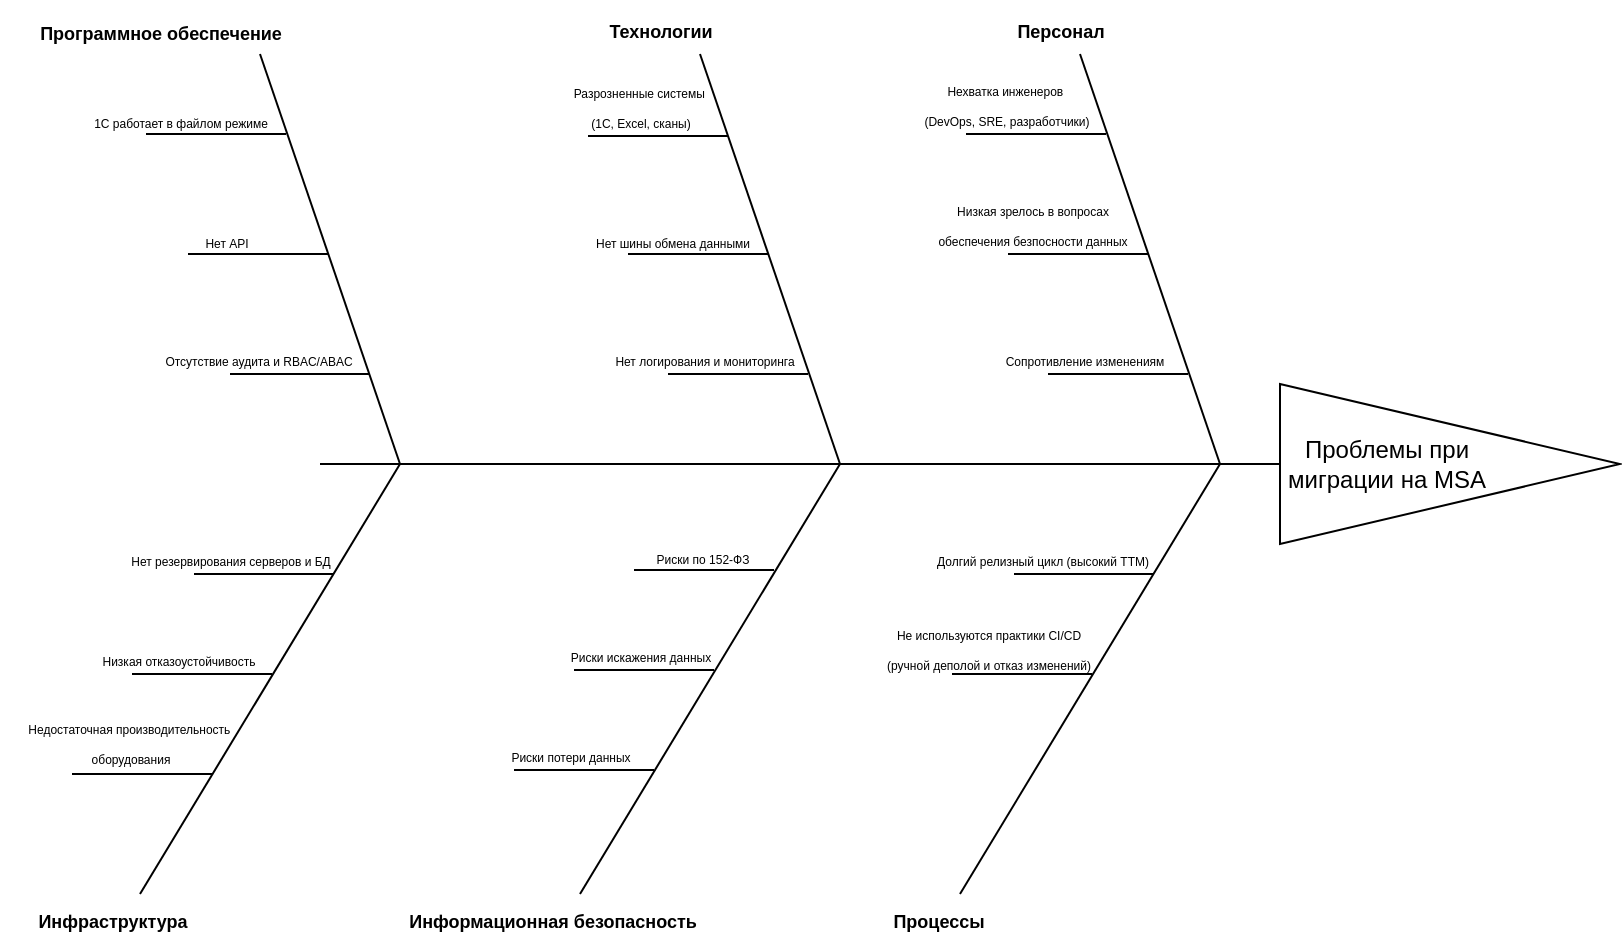
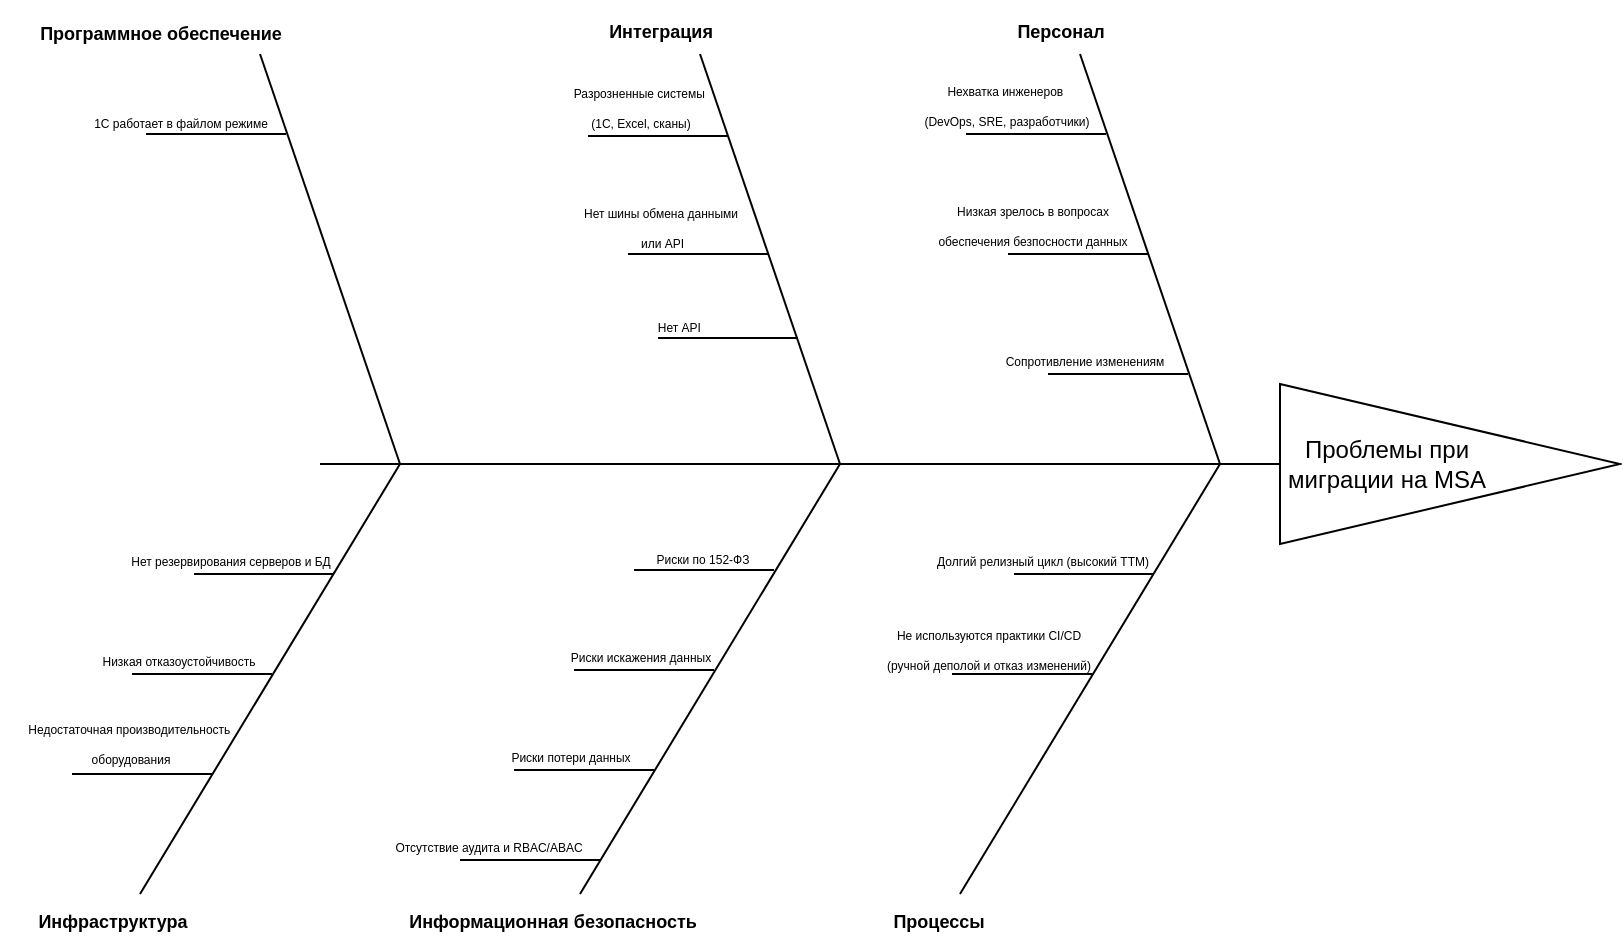
<mxfile host="Electron" agent="Mozilla/5.0 (Windows NT 10.0; Win64; x64) AppleWebKit/537.36 (KHTML, like Gecko) draw.io/27.0.9 Chrome/134.0.6998.205 Electron/35.4.0 Safari/537.36" version="27.0.9">
  <diagram name="Страница — 1" id="NEZ7oIkYxcHD9FgpL888">
-     <mxGraphModel dx="2008" dy="686" grid="1" gridSize="10" guides="1" tooltips="1" connect="1" arrows="1" fold="1" page="1" pageScale="1" pageWidth="827" pageHeight="1169" math="0" shadow="0">
+     <mxGraphModel dx="1275" dy="681" grid="1" gridSize="10" guides="1" tooltips="1" connect="1" arrows="1" fold="1" page="1" pageScale="1" pageWidth="827" pageHeight="1169" math="0" shadow="0">
      <root>
        <mxCell id="0" />
        <mxCell id="1" parent="0" />
        <mxCell id="AeTWyk1U_5D9_NW46Edd-1" value="" style="triangle;whiteSpace=wrap;html=1;" vertex="1" parent="1">
          <mxGeometry x="630" y="545" width="170" height="80" as="geometry" />
        </mxCell>
        <mxCell id="AeTWyk1U_5D9_NW46Edd-2" value="" style="endArrow=none;html=1;rounded=0;entryX=0;entryY=0.5;entryDx=0;entryDy=0;" edge="1" parent="1" target="AeTWyk1U_5D9_NW46Edd-1">
          <mxGeometry width="50" height="50" relative="1" as="geometry">
            <mxPoint x="150" y="585" as="sourcePoint" />
            <mxPoint x="440" y="590" as="targetPoint" />
          </mxGeometry>
        </mxCell>
        <mxCell id="AeTWyk1U_5D9_NW46Edd-4" value="" style="endArrow=none;html=1;rounded=0;" edge="1" parent="1">
          <mxGeometry width="50" height="50" relative="1" as="geometry">
            <mxPoint x="280" y="800" as="sourcePoint" />
            <mxPoint x="410" y="585" as="targetPoint" />
          </mxGeometry>
        </mxCell>
        <mxCell id="AeTWyk1U_5D9_NW46Edd-5" value="" style="endArrow=none;html=1;rounded=0;" edge="1" parent="1">
          <mxGeometry width="50" height="50" relative="1" as="geometry">
            <mxPoint x="600" y="585" as="sourcePoint" />
            <mxPoint x="530" y="380" as="targetPoint" />
          </mxGeometry>
        </mxCell>
        <mxCell id="AeTWyk1U_5D9_NW46Edd-8" value="" style="endArrow=none;html=1;rounded=0;" edge="1" parent="1">
          <mxGeometry width="50" height="50" relative="1" as="geometry">
            <mxPoint x="473" y="420" as="sourcePoint" />
            <mxPoint x="543" y="420" as="targetPoint" />
          </mxGeometry>
        </mxCell>
        <mxCell id="AeTWyk1U_5D9_NW46Edd-9" value="" style="endArrow=none;html=1;rounded=0;" edge="1" parent="1">
          <mxGeometry width="50" height="50" relative="1" as="geometry">
            <mxPoint x="494" y="480" as="sourcePoint" />
            <mxPoint x="564" y="480" as="targetPoint" />
          </mxGeometry>
        </mxCell>
        <mxCell id="AeTWyk1U_5D9_NW46Edd-10" value="" style="endArrow=none;html=1;rounded=0;" edge="1" parent="1">
          <mxGeometry width="50" height="50" relative="1" as="geometry">
            <mxPoint x="514" y="540" as="sourcePoint" />
            <mxPoint x="584" y="540" as="targetPoint" />
          </mxGeometry>
        </mxCell>
        <mxCell id="AeTWyk1U_5D9_NW46Edd-11" value="" style="endArrow=none;html=1;rounded=0;" edge="1" parent="1">
          <mxGeometry width="50" height="50" relative="1" as="geometry">
            <mxPoint x="410" y="585" as="sourcePoint" />
            <mxPoint x="340" y="380" as="targetPoint" />
          </mxGeometry>
        </mxCell>
        <mxCell id="AeTWyk1U_5D9_NW46Edd-12" value="" style="endArrow=none;html=1;rounded=0;" edge="1" parent="1">
          <mxGeometry width="50" height="50" relative="1" as="geometry">
            <mxPoint x="284" y="421" as="sourcePoint" />
            <mxPoint x="354" y="421" as="targetPoint" />
          </mxGeometry>
        </mxCell>
        <mxCell id="AeTWyk1U_5D9_NW46Edd-13" value="" style="endArrow=none;html=1;rounded=0;" edge="1" parent="1">
          <mxGeometry width="50" height="50" relative="1" as="geometry">
            <mxPoint x="304" y="480" as="sourcePoint" />
            <mxPoint x="374" y="480" as="targetPoint" />
          </mxGeometry>
        </mxCell>
-         <mxCell id="AeTWyk1U_5D9_NW46Edd-14" value="" style="endArrow=none;html=1;rounded=0;" edge="1" parent="1">
-           <mxGeometry width="50" height="50" relative="1" as="geometry">
-             <mxPoint x="324" y="540" as="sourcePoint" />
-             <mxPoint x="394" y="540" as="targetPoint" />
-           </mxGeometry>
-         </mxCell>
        <mxCell id="AeTWyk1U_5D9_NW46Edd-15" value="" style="endArrow=none;html=1;rounded=0;" edge="1" parent="1">
          <mxGeometry width="50" height="50" relative="1" as="geometry">
            <mxPoint x="190" y="585" as="sourcePoint" />
            <mxPoint x="120" y="380" as="targetPoint" />
          </mxGeometry>
        </mxCell>
        <mxCell id="AeTWyk1U_5D9_NW46Edd-16" value="" style="endArrow=none;html=1;rounded=0;" edge="1" parent="1">
          <mxGeometry width="50" height="50" relative="1" as="geometry">
            <mxPoint x="63" y="420" as="sourcePoint" />
            <mxPoint x="133" y="420" as="targetPoint" />
          </mxGeometry>
        </mxCell>
        <mxCell id="AeTWyk1U_5D9_NW46Edd-17" value="" style="endArrow=none;html=1;rounded=0;" edge="1" parent="1">
          <mxGeometry width="50" height="50" relative="1" as="geometry">
-             <mxPoint x="84" y="480" as="sourcePoint" />
-             <mxPoint x="154" y="480" as="targetPoint" />
+             <mxPoint x="319" y="522" as="sourcePoint" />
+             <mxPoint x="389" y="522" as="targetPoint" />
          </mxGeometry>
        </mxCell>
        <mxCell id="AeTWyk1U_5D9_NW46Edd-19" value="" style="endArrow=none;html=1;rounded=0;" edge="1" parent="1">
          <mxGeometry width="50" height="50" relative="1" as="geometry">
            <mxPoint x="307" y="638" as="sourcePoint" />
            <mxPoint x="377" y="638" as="targetPoint" />
          </mxGeometry>
        </mxCell>
        <mxCell id="AeTWyk1U_5D9_NW46Edd-20" value="" style="endArrow=none;html=1;rounded=0;" edge="1" parent="1">
          <mxGeometry width="50" height="50" relative="1" as="geometry">
            <mxPoint x="277" y="688" as="sourcePoint" />
            <mxPoint x="347" y="688" as="targetPoint" />
          </mxGeometry>
        </mxCell>
        <mxCell id="AeTWyk1U_5D9_NW46Edd-21" value="" style="endArrow=none;html=1;rounded=0;" edge="1" parent="1">
          <mxGeometry width="50" height="50" relative="1" as="geometry">
            <mxPoint x="247" y="738" as="sourcePoint" />
            <mxPoint x="317" y="738" as="targetPoint" />
          </mxGeometry>
        </mxCell>
        <mxCell id="AeTWyk1U_5D9_NW46Edd-22" value="" style="endArrow=none;html=1;rounded=0;" edge="1" parent="1">
          <mxGeometry width="50" height="50" relative="1" as="geometry">
            <mxPoint x="470" y="800" as="sourcePoint" />
            <mxPoint x="600" y="585" as="targetPoint" />
          </mxGeometry>
        </mxCell>
        <mxCell id="AeTWyk1U_5D9_NW46Edd-23" value="" style="endArrow=none;html=1;rounded=0;" edge="1" parent="1">
          <mxGeometry width="50" height="50" relative="1" as="geometry">
            <mxPoint x="497" y="640" as="sourcePoint" />
            <mxPoint x="567" y="640" as="targetPoint" />
          </mxGeometry>
        </mxCell>
        <mxCell id="AeTWyk1U_5D9_NW46Edd-24" value="" style="endArrow=none;html=1;rounded=0;" edge="1" parent="1">
          <mxGeometry width="50" height="50" relative="1" as="geometry">
            <mxPoint x="466" y="690" as="sourcePoint" />
            <mxPoint x="536" y="690" as="targetPoint" />
          </mxGeometry>
        </mxCell>
        <mxCell id="AeTWyk1U_5D9_NW46Edd-26" value="&lt;font style=&quot;font-size: 9px;&quot;&gt;&lt;b&gt;Программное обеспечение&lt;/b&gt;&lt;/font&gt;" style="text;html=1;align=center;verticalAlign=middle;resizable=0;points=[];autosize=1;strokeColor=none;fillColor=none;" vertex="1" parent="1">
          <mxGeometry y="354" width="140" height="30" as="geometry" />
        </mxCell>
        <mxCell id="AeTWyk1U_5D9_NW46Edd-27" value="&lt;font style=&quot;font-size: 9px;&quot;&gt;&lt;b&gt;Информационная безопасность&lt;/b&gt;&lt;/font&gt;" style="text;html=1;align=center;verticalAlign=middle;resizable=0;points=[];autosize=1;strokeColor=none;fillColor=none;" vertex="1" parent="1">
          <mxGeometry x="181" y="798" width="170" height="30" as="geometry" />
        </mxCell>
-         <mxCell id="AeTWyk1U_5D9_NW46Edd-28" value="&lt;font style=&quot;font-size: 9px;&quot;&gt;&lt;b&gt;Технологии&lt;/b&gt;&lt;/font&gt;" style="text;html=1;align=center;verticalAlign=middle;resizable=0;points=[];autosize=1;strokeColor=none;fillColor=none;" vertex="1" parent="1">
+         <mxCell id="AeTWyk1U_5D9_NW46Edd-28" value="&lt;font style=&quot;font-size: 9px;&quot;&gt;&lt;b&gt;Интеграция&lt;/b&gt;&lt;/font&gt;" style="text;html=1;align=center;verticalAlign=middle;resizable=0;points=[];autosize=1;strokeColor=none;fillColor=none;" vertex="1" parent="1">
          <mxGeometry x="280" y="353" width="80" height="30" as="geometry" />
        </mxCell>
        <mxCell id="AeTWyk1U_5D9_NW46Edd-29" value="&lt;font style=&quot;font-size: 9px;&quot;&gt;&lt;b&gt;Процессы&lt;/b&gt;&lt;/font&gt;" style="text;html=1;align=center;verticalAlign=middle;resizable=0;points=[];autosize=1;strokeColor=none;fillColor=none;" vertex="1" parent="1">
          <mxGeometry x="424" y="798" width="70" height="30" as="geometry" />
        </mxCell>
        <mxCell id="AeTWyk1U_5D9_NW46Edd-30" value="&lt;font style=&quot;font-size: 9px;&quot;&gt;&lt;b&gt;Персонал&lt;/b&gt;&lt;/font&gt;" style="text;html=1;align=center;verticalAlign=middle;resizable=0;points=[];autosize=1;strokeColor=none;fillColor=none;" vertex="1" parent="1">
          <mxGeometry x="485" y="353" width="70" height="30" as="geometry" />
        </mxCell>
        <mxCell id="AeTWyk1U_5D9_NW46Edd-31" value="&lt;font style=&quot;font-size: 6px;&quot;&gt;Разрозненные системы&amp;nbsp;&lt;/font&gt;&lt;div&gt;&lt;font style=&quot;font-size: 6px;&quot;&gt;(1С, Excel, сканы)&lt;/font&gt;&lt;/div&gt;" style="text;html=1;align=center;verticalAlign=middle;resizable=0;points=[];autosize=1;strokeColor=none;fillColor=none;" vertex="1" parent="1">
          <mxGeometry x="265" y="385" width="90" height="40" as="geometry" />
        </mxCell>
-         <mxCell id="AeTWyk1U_5D9_NW46Edd-32" value="&lt;span style=&quot;font-size: 6px;&quot;&gt;Нет шины обмена данными&lt;/span&gt;" style="text;html=1;align=center;verticalAlign=middle;resizable=0;points=[];autosize=1;strokeColor=none;fillColor=none;" vertex="1" parent="1">
-           <mxGeometry x="276" y="458" width="100" height="30" as="geometry" />
+         <mxCell id="AeTWyk1U_5D9_NW46Edd-32" value="&lt;span style=&quot;font-size: 6px;&quot;&gt;Нет шины обмена данными&lt;br&gt;&amp;nbsp;или API&lt;/span&gt;" style="text;html=1;align=center;verticalAlign=middle;resizable=0;points=[];autosize=1;strokeColor=none;fillColor=none;" vertex="1" parent="1">
+           <mxGeometry x="270" y="445" width="100" height="40" as="geometry" />
        </mxCell>
        <mxCell id="AeTWyk1U_5D9_NW46Edd-34" value="&lt;font style=&quot;font-size: 6px;&quot;&gt;Нехватка инженеров&amp;nbsp;&lt;/font&gt;&lt;div&gt;&lt;font style=&quot;font-size: 6px;&quot;&gt;(DevOps, SRE, разработчики)&lt;/font&gt;&lt;/div&gt;" style="text;html=1;align=center;verticalAlign=middle;resizable=0;points=[];autosize=1;strokeColor=none;fillColor=none;" vertex="1" parent="1">
          <mxGeometry x="438" y="384" width="110" height="40" as="geometry" />
        </mxCell>
        <mxCell id="AeTWyk1U_5D9_NW46Edd-35" value="&lt;span style=&quot;font-size: 6px;&quot;&gt;Низкая зрелось в вопросах&lt;/span&gt;&lt;div&gt;&lt;span style=&quot;font-size: 6px;&quot;&gt;обеспечения безпосности данных&lt;/span&gt;&lt;/div&gt;" style="text;html=1;align=center;verticalAlign=middle;resizable=0;points=[];autosize=1;strokeColor=none;fillColor=none;" vertex="1" parent="1">
          <mxGeometry x="446" y="444" width="120" height="40" as="geometry" />
        </mxCell>
        <mxCell id="AeTWyk1U_5D9_NW46Edd-36" value="&lt;span style=&quot;font-size: 6px;&quot;&gt;Сопротивление изменениям&lt;/span&gt;" style="text;html=1;align=center;verticalAlign=middle;resizable=0;points=[];autosize=1;strokeColor=none;fillColor=none;" vertex="1" parent="1">
          <mxGeometry x="482" y="517" width="100" height="30" as="geometry" />
        </mxCell>
        <mxCell id="AeTWyk1U_5D9_NW46Edd-38" value="&lt;span style=&quot;font-size: 6px;&quot;&gt;1С работает в файлом режиме&lt;/span&gt;" style="text;html=1;align=center;verticalAlign=middle;resizable=0;points=[];autosize=1;strokeColor=none;fillColor=none;" vertex="1" parent="1">
          <mxGeometry x="25" y="398" width="110" height="30" as="geometry" />
        </mxCell>
        <mxCell id="AeTWyk1U_5D9_NW46Edd-39" value="&lt;span style=&quot;font-size: 6px;&quot;&gt;Риски по 152-ФЗ&lt;/span&gt;" style="text;html=1;align=center;verticalAlign=middle;resizable=0;points=[];autosize=1;strokeColor=none;fillColor=none;" vertex="1" parent="1">
          <mxGeometry x="306" y="616" width="70" height="30" as="geometry" />
        </mxCell>
        <mxCell id="AeTWyk1U_5D9_NW46Edd-40" value="&lt;span style=&quot;font-size: 6px;&quot;&gt;Риски искажения данных&lt;/span&gt;" style="text;html=1;align=center;verticalAlign=middle;resizable=0;points=[];autosize=1;strokeColor=none;fillColor=none;" vertex="1" parent="1">
          <mxGeometry x="265" y="665" width="90" height="30" as="geometry" />
        </mxCell>
-         <mxCell id="AeTWyk1U_5D9_NW46Edd-41" value="&lt;span style=&quot;font-size: 6px;&quot;&gt;Нет API&lt;/span&gt;" style="text;html=1;align=center;verticalAlign=middle;resizable=0;points=[];autosize=1;strokeColor=none;fillColor=none;" vertex="1" parent="1">
-           <mxGeometry x="78" y="458" width="50" height="30" as="geometry" />
+         <mxCell id="AeTWyk1U_5D9_NW46Edd-41" value="&lt;span style=&quot;font-size: 6px;&quot;&gt;Нет API&amp;nbsp;&lt;/span&gt;" style="text;html=1;align=center;verticalAlign=middle;resizable=0;points=[];autosize=1;strokeColor=none;fillColor=none;" vertex="1" parent="1">
+           <mxGeometry x="305" y="500" width="50" height="30" as="geometry" />
        </mxCell>
        <mxCell id="AeTWyk1U_5D9_NW46Edd-42" value="" style="endArrow=none;html=1;rounded=0;" edge="1" parent="1">
          <mxGeometry width="50" height="50" relative="1" as="geometry">
            <mxPoint x="60" y="800" as="sourcePoint" />
            <mxPoint x="190" y="585" as="targetPoint" />
          </mxGeometry>
        </mxCell>
        <mxCell id="AeTWyk1U_5D9_NW46Edd-43" value="" style="endArrow=none;html=1;rounded=0;" edge="1" parent="1">
          <mxGeometry width="50" height="50" relative="1" as="geometry">
            <mxPoint x="87" y="640" as="sourcePoint" />
            <mxPoint x="157" y="640" as="targetPoint" />
          </mxGeometry>
        </mxCell>
        <mxCell id="AeTWyk1U_5D9_NW46Edd-44" value="" style="endArrow=none;html=1;rounded=0;" edge="1" parent="1">
          <mxGeometry width="50" height="50" relative="1" as="geometry">
            <mxPoint x="56" y="690" as="sourcePoint" />
            <mxPoint x="126" y="690" as="targetPoint" />
          </mxGeometry>
        </mxCell>
        <mxCell id="AeTWyk1U_5D9_NW46Edd-45" value="" style="endArrow=none;html=1;rounded=0;" edge="1" parent="1">
          <mxGeometry width="50" height="50" relative="1" as="geometry">
            <mxPoint x="26" y="740" as="sourcePoint" />
            <mxPoint x="96" y="740" as="targetPoint" />
          </mxGeometry>
        </mxCell>
        <mxCell id="AeTWyk1U_5D9_NW46Edd-46" value="&lt;font style=&quot;font-size: 9px;&quot;&gt;&lt;b&gt;Инфраструктура&lt;/b&gt;&lt;/font&gt;" style="text;html=1;align=center;verticalAlign=middle;resizable=0;points=[];autosize=1;strokeColor=none;fillColor=none;" vertex="1" parent="1">
          <mxGeometry x="-4" y="798" width="100" height="30" as="geometry" />
        </mxCell>
        <mxCell id="AeTWyk1U_5D9_NW46Edd-47" value="&lt;span style=&quot;font-size: 6px;&quot;&gt;Нет резервирования серверов и БД&lt;/span&gt;" style="text;html=1;align=center;verticalAlign=middle;resizable=0;points=[];autosize=1;strokeColor=none;fillColor=none;" vertex="1" parent="1">
          <mxGeometry x="45" y="617" width="120" height="30" as="geometry" />
        </mxCell>
        <mxCell id="AeTWyk1U_5D9_NW46Edd-48" value="&lt;span style=&quot;font-size: 6px;&quot;&gt;Низкая отказоустойчивость&lt;/span&gt;" style="text;html=1;align=center;verticalAlign=middle;resizable=0;points=[];autosize=1;strokeColor=none;fillColor=none;" vertex="1" parent="1">
          <mxGeometry x="29" y="667" width="100" height="30" as="geometry" />
        </mxCell>
        <mxCell id="AeTWyk1U_5D9_NW46Edd-49" value="&lt;span style=&quot;font-size: 6px;&quot;&gt;Риски потери данных&lt;/span&gt;" style="text;html=1;align=center;verticalAlign=middle;resizable=0;points=[];autosize=1;strokeColor=none;fillColor=none;" vertex="1" parent="1">
          <mxGeometry x="235" y="715" width="80" height="30" as="geometry" />
        </mxCell>
        <mxCell id="AeTWyk1U_5D9_NW46Edd-51" value="&lt;span style=&quot;font-size: 6px;&quot;&gt;Не используются практики CI/CD&lt;br&gt;(ручной деполой и отказ изменений)&lt;/span&gt;" style="text;html=1;align=center;verticalAlign=middle;resizable=0;points=[];autosize=1;strokeColor=none;fillColor=none;" vertex="1" parent="1">
          <mxGeometry x="419" y="656" width="130" height="40" as="geometry" />
        </mxCell>
        <mxCell id="AeTWyk1U_5D9_NW46Edd-52" value="&lt;span style=&quot;font-size: 6px;&quot;&gt;Долгий релизный цикл (высокий ТТМ)&lt;/span&gt;" style="text;html=1;align=center;verticalAlign=middle;resizable=0;points=[];autosize=1;strokeColor=none;fillColor=none;" vertex="1" parent="1">
          <mxGeometry x="446" y="617" width="130" height="30" as="geometry" />
        </mxCell>
        <mxCell id="AeTWyk1U_5D9_NW46Edd-54" value="&lt;span style=&quot;font-size: 6px;&quot;&gt;Недостаточная производительность&amp;nbsp;&lt;/span&gt;&lt;div&gt;&lt;span style=&quot;font-size: 6px;&quot;&gt;оборудования&lt;/span&gt;&lt;/div&gt;" style="text;html=1;align=center;verticalAlign=middle;resizable=0;points=[];autosize=1;strokeColor=none;fillColor=none;" vertex="1" parent="1">
          <mxGeometry x="-10" y="703" width="130" height="40" as="geometry" />
        </mxCell>
-         <mxCell id="AeTWyk1U_5D9_NW46Edd-55" value="&lt;span style=&quot;font-size: 6px;&quot;&gt;Нет логирования и мониторинга&lt;/span&gt;" style="text;html=1;align=center;verticalAlign=middle;resizable=0;points=[];autosize=1;strokeColor=none;fillColor=none;" vertex="1" parent="1">
-           <mxGeometry x="287" y="517" width="110" height="30" as="geometry" />
-         </mxCell>
        <mxCell id="AeTWyk1U_5D9_NW46Edd-57" value="Проблемы при&lt;div&gt;миграции на MSA&lt;br&gt;&lt;/div&gt;" style="text;html=1;align=center;verticalAlign=middle;resizable=0;points=[];autosize=1;strokeColor=none;fillColor=none;" vertex="1" parent="1">
          <mxGeometry x="623" y="565" width="120" height="40" as="geometry" />
        </mxCell>
        <mxCell id="AeTWyk1U_5D9_NW46Edd-59" value="" style="endArrow=none;html=1;rounded=0;" edge="1" parent="1">
          <mxGeometry width="50" height="50" relative="1" as="geometry">
-             <mxPoint x="105" y="540" as="sourcePoint" />
-             <mxPoint x="175" y="540" as="targetPoint" />
+             <mxPoint x="220" y="783" as="sourcePoint" />
+             <mxPoint x="290" y="783" as="targetPoint" />
          </mxGeometry>
        </mxCell>
        <mxCell id="AeTWyk1U_5D9_NW46Edd-60" value="&lt;span style=&quot;font-size: 6px;&quot;&gt;Отсутствие аудита и RBAC/ABAC&lt;/span&gt;" style="text;html=1;align=center;verticalAlign=middle;resizable=0;points=[];autosize=1;strokeColor=none;fillColor=none;" vertex="1" parent="1">
-           <mxGeometry x="59" y="517" width="120" height="30" as="geometry" />
+           <mxGeometry x="174" y="760" width="120" height="30" as="geometry" />
        </mxCell>
      </root>
    </mxGraphModel>
  </diagram>
</mxfile>
